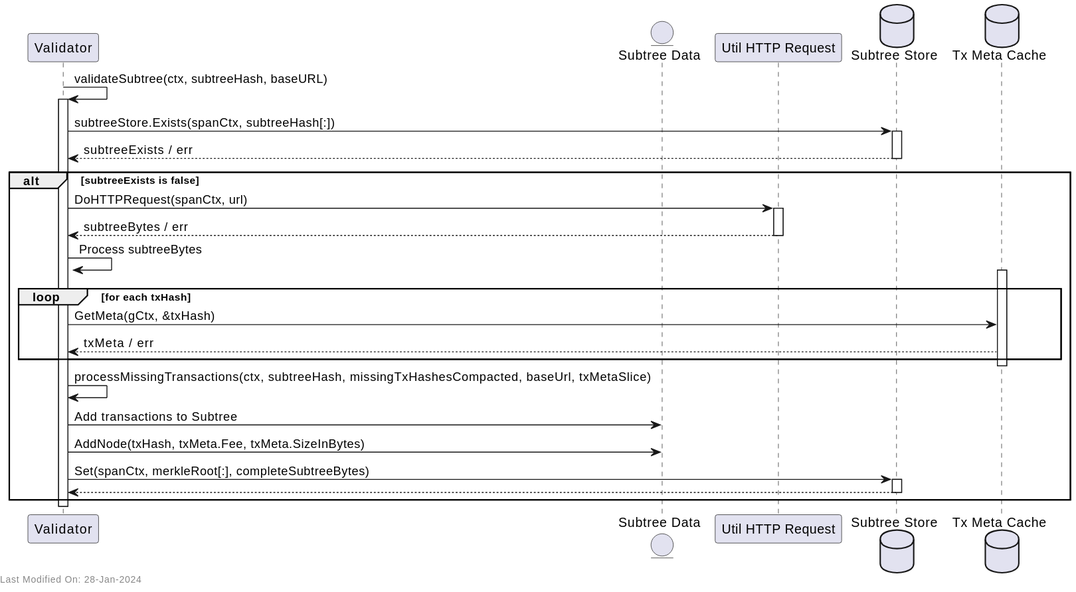
The PlantUML diagram docs/services/img/plantuml/blockvalidation/block_validation_p2p_block_subtree_retrieval.svg in freemans13/teranode, before a commit.
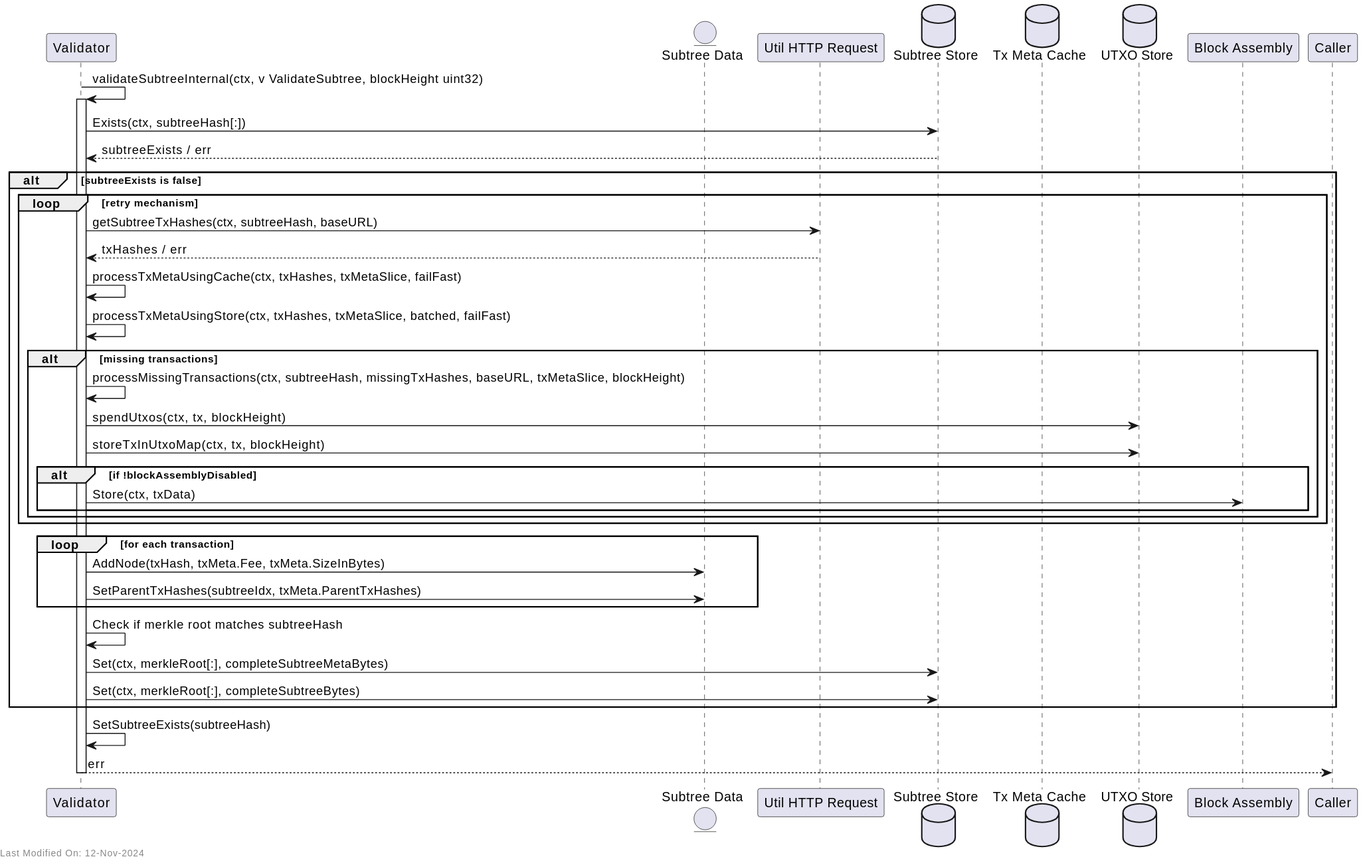
The same file after the commit.

Commit message:
Documentation - restructure Block Validation documentation for better separation of design and reference documents #1398

The edit, as a diff of the source:
```diff
@@ -4,46 +4,50 @@
 participant "Util HTTP Request" as Util
 database "Subtree Store" as SubtreeStore
 database "Tx Meta Cache" as TxMetaStore
+database "UTXO Store" as UTXOStore
+participant "Block Assembly" as BlockAssembly
 
-
-ValidateSubtree -> ValidateSubtree: validateSubtree(ctx, subtreeHash, baseURL)
+ValidateSubtree -> ValidateSubtree: validateSubtreeInternal(ctx, v ValidateSubtree, blockHeight uint32)
 activate ValidateSubtree
 
-ValidateSubtree -> SubtreeStore: subtreeStore.Exists(spanCtx, subtreeHash[:])
-activate SubtreeStore
+ValidateSubtree -> SubtreeStore: Exists(ctx, subtreeHash[:])
 SubtreeStore --> ValidateSubtree: subtreeExists / err
-deactivate SubtreeStore
 
 alt subtreeExists is false
-    ValidateSubtree -> Util: DoHTTPRequest(spanCtx, url)
-    activate Util
-    Util --> ValidateSubtree: subtreeBytes / err
-    deactivate Util
+    loop retry mechanism
+        ValidateSubtree -> Util: getSubtreeTxHashes(ctx, subtreeHash, baseURL)
+        Util --> ValidateSubtree: txHashes / err
 
-    ValidateSubtree -> ValidateSubtree: Process subtreeBytes
-    activate TxMetaStore
-    loop for each txHash
-       ValidateSubtree -> TxMetaStore: GetMeta(gCtx, &txHash)
-        TxMetaStore --> ValidateSubtree: txMeta / err
+        ValidateSubtree -> ValidateSubtree: processTxMetaUsingCache(ctx, txHashes, txMetaSlice, failFast)
+        ValidateSubtree -> ValidateSubtree: processTxMetaUsingStore(ctx, txHashes, txMetaSlice, batched, failFast)
+
+        alt missing transactions
+            ValidateSubtree -> ValidateSubtree: processMissingTransactions(ctx, subtreeHash, missingTxHashes, baseURL, txMetaSlice, blockHeight)
+            ValidateSubtree -> UTXOStore: spendUtxos(ctx, tx, blockHeight)
+            ValidateSubtree -> UTXOStore: storeTxInUtxoMap(ctx, tx, blockHeight)
+
+            alt if !blockAssemblyDisabled
+                ValidateSubtree -> BlockAssembly: Store(ctx, txData)
+            end
+        end
     end
-    deactivate TxMetaStore
 
-    ValidateSubtree -> ValidateSubtree: processMissingTransactions(ctx, subtreeHash, missingTxHashesCompacted, baseUrl, txMetaSlice)
+    loop for each transaction
+        ValidateSubtree -> SubtreeData: AddNode(txHash, txMeta.Fee, txMeta.SizeInBytes)
+        ValidateSubtree -> SubtreeData: SetParentTxHashes(subtreeIdx, txMeta.ParentTxHashes)
+    end
 
-    ValidateSubtree -> SubtreeData: Add transactions to Subtree
+    ValidateSubtree -> ValidateSubtree: Check if merkle root matches subtreeHash
 
+    ValidateSubtree -> SubtreeStore: Set(ctx, merkleRoot[:], completeSubtreeMetaBytes)
+    ValidateSubtree -> SubtreeStore: Set(ctx, merkleRoot[:], completeSubtreeBytes)
+end
 
-    ValidateSubtree -> SubtreeData: AddNode(txHash, txMeta.Fee, txMeta.SizeInBytes)
+ValidateSubtree -> ValidateSubtree: SetSubtreeExists(subtreeHash)
 
-    ValidateSubtree -> SubtreeStore: Set(spanCtx, merkleRoot[:], completeSubtreeBytes)
-    activate SubtreeStore
-    SubtreeStore --> ValidateSubtree
-    deactivate SubtreeStore
-end
+ValidateSubtree --> Caller: err
 
 deactivate ValidateSubtree
 
-deactivate ValidateSubtree
-
-left footer Last Modified On: 28-Jan-2024
+left footer Last Modified On: %date("dd-MMM-yyyy")
 @enduml
```
